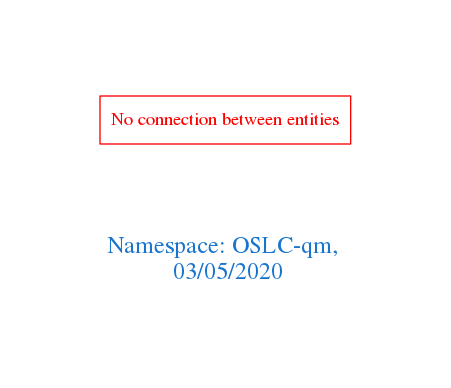
Before: downloads/OSLC-qm.png, a diagram exported from Graphviz (arago/OGIT). Its source is kept beside it as downloads/OSLC-qm.dot.
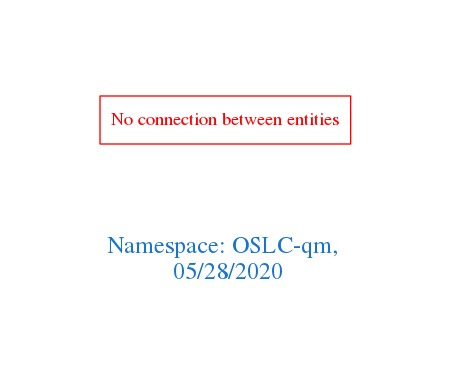
After the commit.

What changed in the source:
```diff
@@ -1,7 +1,7 @@
 digraph OGIT_ontology {
  graph [ rankdir= LR,pad=1
 fontsize = 18,
-fontcolor= dodgerblue3,label = "\n\n\nNamespace: OSLC-qm, \n 03/05/2020"];
+fontcolor= dodgerblue3,label = "\n\n\nNamespace: OSLC-qm, \n 05/28/2020"];
 node[shape=polygon];
 edge [  color="gray81"];
 
```
